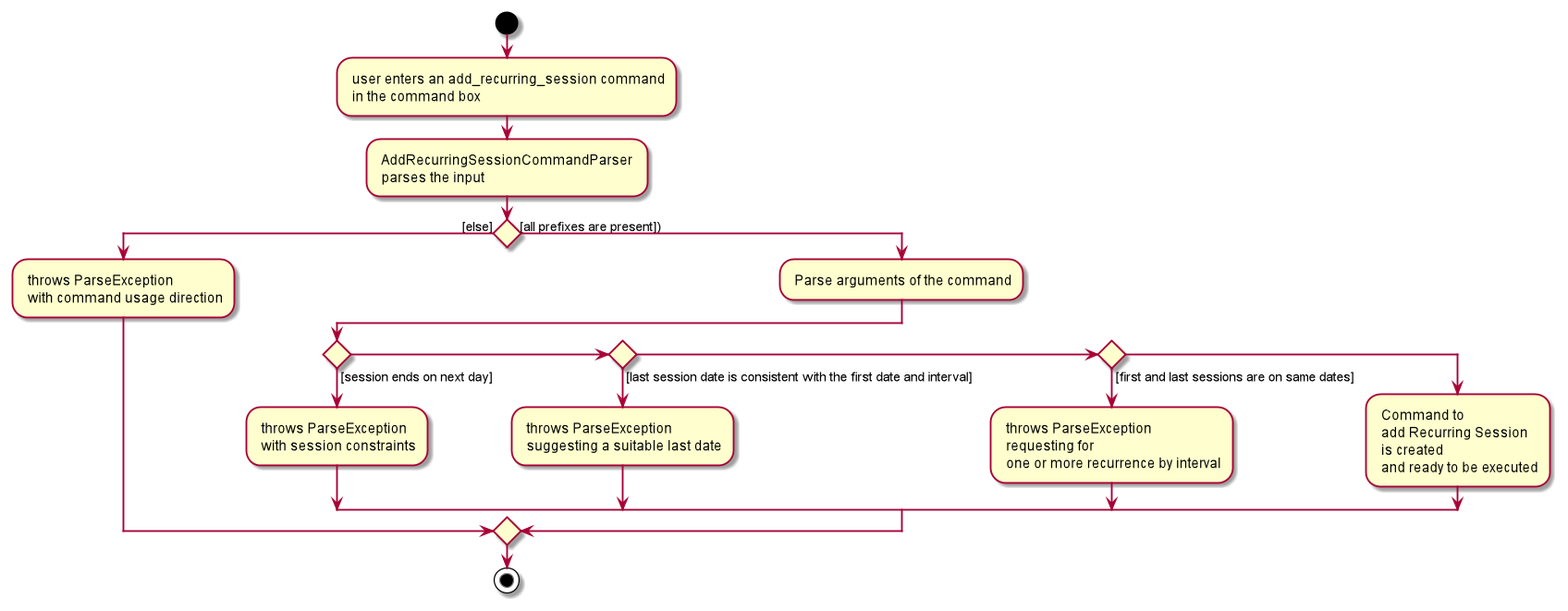
The PlantUML diagram docs/images/shion/AddRecurringSessionCommandParserActivityDiagram.png in nus-cs2103-AY2021S2/tp, before a commit. Source of this version:
```plantuml
@startuml
start
: user enters an add_recurring_session command\n in the command box;
: AddRecurringSessionCommandParser \n parses the input;
if () then ([else])
    : throws ParseException \n with command usage direction;
else ([all prefixes are present]))
: Parse arguments of the command;
if () then ([session ends on next day])
  : throws ParseException \n with session constraints;
elseif () then ([last session date is consistent with the first date and interval])
  : throws ParseException \n suggesting a suitable last date;
elseif () then ([first and last sessions are on same dates])
  : throws ParseException \n requesting for \n one or more recurrence by interval;
else ()
  : Command to \n add Recurring Session \n is created \n and ready to be executed;
endif
endif
stop
@enduml
```
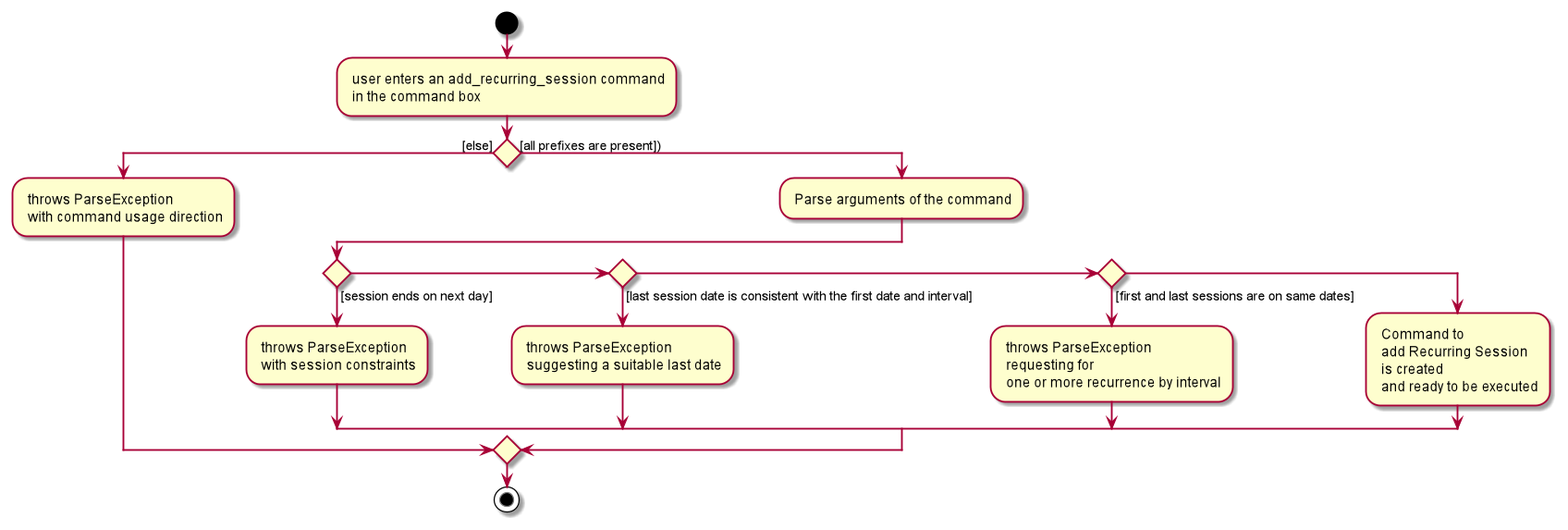
Later version of the same file.

Commit message:
edit activity diagram

What changed in the source:
```diff
@@ -1,7 +1,6 @@
 @startuml
 start
 : user enters an add_recurring_session command\n in the command box;
-: AddRecurringSessionCommandParser \n parses the input;
 if () then ([else])
     : throws ParseException \n with command usage direction;
 else ([all prefixes are present]))
```
